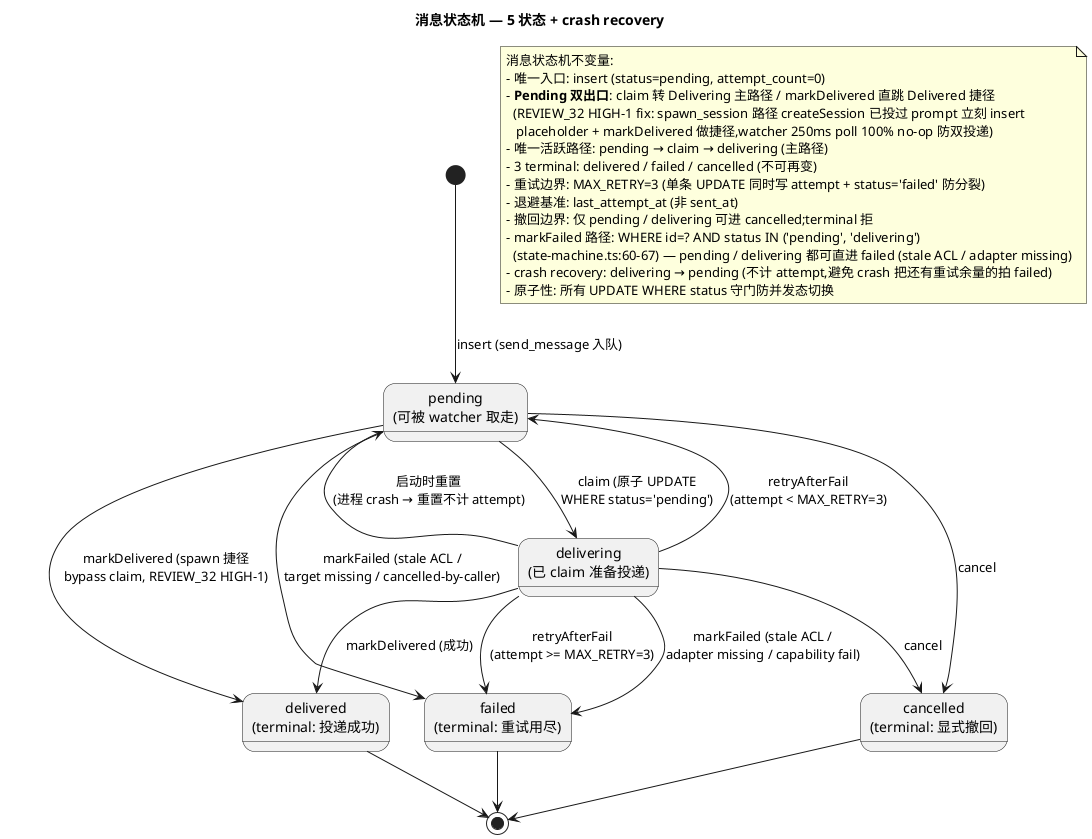
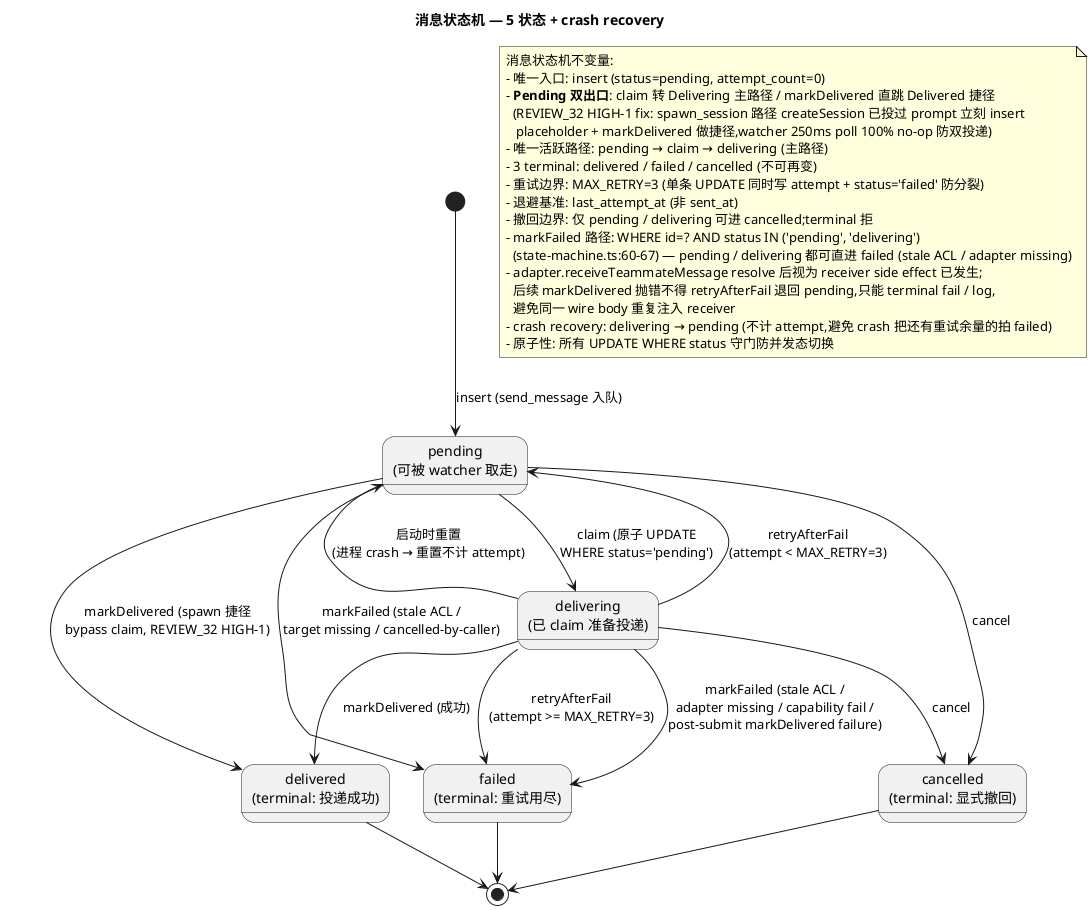
- ' description: 消息状态机 — 5 状态 (pending / delivering / delivered / failed / cancelled) + crash recovery
- ' last_updated: 2026-05-29
+ ' description: 消息状态机 — 5 状态 (pending / delivering / delivered / failed / cancelled) + crash recovery + post-submit no-retry
+ ' last_updated: 2026-06-06
@startuml universal-message-status-state-machine

title 消息状态机 — 5 状态 + crash recovery

' SQL WHERE 子句 / attempt_count 细节 / REVIEW 引用见 INDEX 第 3 列

state "pending\n(可被 watcher 取走)" as Pending
state "delivering\n(已 claim 准备投递)" as Delivering
state "delivered\n(terminal: 投递成功)" as Delivered
state "failed\n(terminal: 重试用尽)" as Failed
state "cancelled\n(terminal: 显式撤回)" as Cancelled

[*] --> Pending : insert (send_message 入队)

' 主路径
Pending --> Delivering : claim (原子 UPDATE\nWHERE status='pending')
Pending --> Delivered : markDelivered (spawn 捷径\nbypass claim, REVIEW_32 HIGH-1)
Delivering --> Delivered : markDelivered (成功)
Delivering --> Pending : retryAfterFail\n(attempt < MAX_RETRY=3)
Delivering --> Failed : retryAfterFail\n(attempt >= MAX_RETRY=3)

' LO2: markFailed 直迁 (state-machine.ts:60-67 SQL WHERE id=? AND status IN ('pending','delivering'))
Pending --> Failed : markFailed (stale ACL /\ntarget missing / cancelled-by-caller)
- Delivering --> Failed : markFailed (stale ACL /\nadapter missing / capability fail)
+ Delivering --> Failed : markFailed (stale ACL /\nadapter missing / capability fail /\npost-submit markDelivered failure)

' 撤回路径 (仅活跃态可撤)
Pending --> Cancelled : cancel
Delivering --> Cancelled : cancel

' crash recovery 路径
Delivering --> Pending : 启动时重置\n(进程 crash → 重置不计 attempt)

' terminal
Delivered --> [*]
Failed --> [*]
Cancelled --> [*]

' ─── 关键不变量 ───

note as N1
  消息状态机不变量:
  - 唯一入口: insert (status=pending, attempt_count=0)
  - **Pending 双出口**: claim 转 Delivering 主路径 / markDelivered 直跳 Delivered 捷径
    (REVIEW_32 HIGH-1 fix: spawn_session 路径 createSession 已投过 prompt 立刻 insert
     placeholder + markDelivered 做捷径,watcher 250ms poll 100% no-op 防双投递)
  - 唯一活跃路径: pending → claim → delivering (主路径)
  - 3 terminal: delivered / failed / cancelled (不可再变)
  - 重试边界: MAX_RETRY=3 (单条 UPDATE 同时写 attempt + status='failed' 防分裂)
  - 退避基准: last_attempt_at (非 sent_at)
  - 撤回边界: 仅 pending / delivering 可进 cancelled;terminal 拒
  - markFailed 路径: WHERE id=? AND status IN ('pending', 'delivering')
    (state-machine.ts:60-67) — pending / delivering 都可直进 failed (stale ACL / adapter missing)
+   - adapter.receiveTeammateMessage resolve 后视为 receiver side effect 已发生;
+     后续 markDelivered 抛错不得 retryAfterFail 退回 pending,只能 terminal fail / log,
+     避免同一 wire body 重复注入 receiver
  - crash recovery: delivering → pending (不计 attempt,避免 crash 把还有重试余量的拍 failed)
  - 原子性: 所有 UPDATE WHERE status 守门防并发态切换
end note

@enduml
